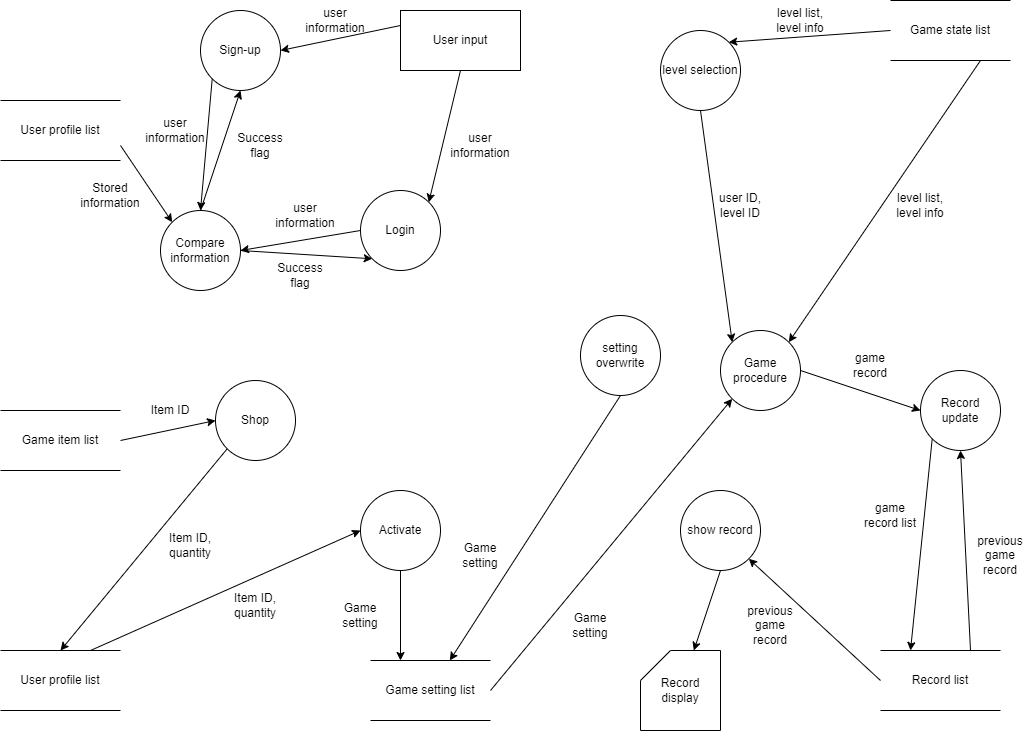
Before: Pictures/DFD/gameflow_DFD.png, a diagram exported from draw.io (Mokmokhi/Pacman). Source tidied: cells renumbered, new cells last; positions are measured from the earlier drawing's top-left corner, leaving out a move shared by most shapes.
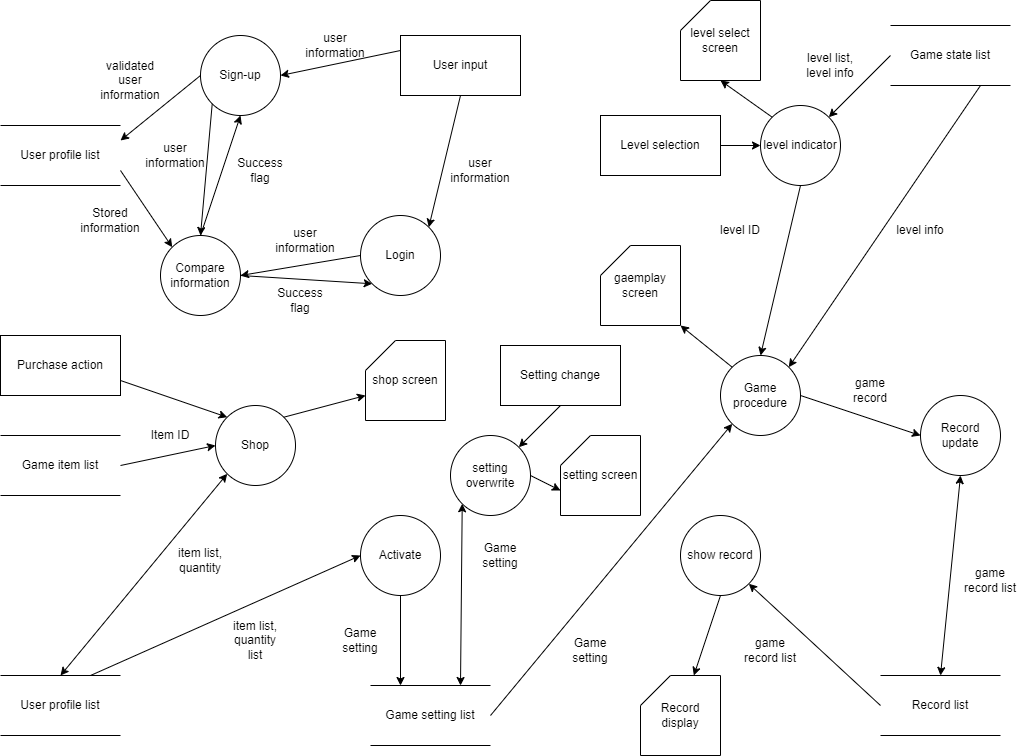
Above is the later version.

What changed in the source:
```diff
@@ -4,5 +4,5 @@
     <mxCell id="1" parent="0" />
-    <mxCell id="2" value="User profile list" style="shape=partialRectangle;whiteSpace=wrap;html=1;left=0;right=0;fillColor=none;" parent="1" vertex="1">
-      <mxGeometry y="100" width="120" height="60" as="geometry" />
-    </mxCell>
+    <mxCell id="61" value="User profile list" style="shape=partialRectangle;whiteSpace=wrap;html=1;left=0;right=0;fillColor=none;" parent="1" vertex="1">
+      <mxGeometry y="100" width="120" height="60" as="geometry" />
+    </mxCell>
     <mxCell id="3" value="User input" style="rounded=0;whiteSpace=wrap;html=1;" parent="1" vertex="1">
@@ -22,11 +22,11 @@
     </mxCell>
-    <mxCell id="8" value="user information" style="text;html=1;strokeColor=none;fillColor=none;align=center;verticalAlign=middle;whiteSpace=wrap;rounded=0;" parent="1" vertex="1">
-      <mxGeometry x="140" y="115" width="70" height="30" as="geometry" />
-    </mxCell>
-    <mxCell id="9" value="user information" style="text;html=1;strokeColor=none;fillColor=none;align=center;verticalAlign=middle;whiteSpace=wrap;rounded=0;" parent="1" vertex="1">
-      <mxGeometry x="300" y="5" width="70" height="30" as="geometry" />
-    </mxCell>
-    <mxCell id="10" value="user information" style="text;html=1;strokeColor=none;fillColor=none;align=center;verticalAlign=middle;whiteSpace=wrap;rounded=0;" parent="1" vertex="1">
-      <mxGeometry x="445" y="130" width="70" height="30" as="geometry" />
-    </mxCell>
+    <mxCell id="62" value="user information" style="text;html=1;strokeColor=none;fillColor=none;align=center;verticalAlign=middle;whiteSpace=wrap;rounded=0;" parent="1" vertex="1">
+      <mxGeometry x="140" y="115" width="70" height="30" as="geometry" />
+    </mxCell>
+    <mxCell id="63" value="user information" style="text;html=1;strokeColor=none;fillColor=none;align=center;verticalAlign=middle;whiteSpace=wrap;rounded=0;" parent="1" vertex="1">
+      <mxGeometry x="300" y="5" width="70" height="30" as="geometry" />
+    </mxCell>
+    <mxCell id="64" value="user information" style="text;html=1;strokeColor=none;fillColor=none;align=center;verticalAlign=middle;whiteSpace=wrap;rounded=0;" parent="1" vertex="1">
+      <mxGeometry x="445" y="130" width="70" height="30" as="geometry" />
+    </mxCell>
     <mxCell id="11" value="Compare information" style="ellipse;whiteSpace=wrap;html=1;" parent="1" vertex="1">
@@ -34,5 +34,5 @@
     </mxCell>
-    <mxCell id="12" style="endArrow=classic;html=1;rounded=0;entryX=0;entryY=0;entryDx=0;entryDy=0;exitX=1;exitY=0.75;exitDx=0;exitDy=0;" parent="1" edge="1" source="2" target="11">
-      <mxGeometry relative="1" as="geometry" />
-    </mxCell>
+    <mxCell id="65" style="endArrow=classic;html=1;rounded=0;entryX=0;entryY=0;entryDx=0;entryDy=0;exitX=1;exitY=0.75;exitDx=0;exitDy=0;" parent="1" edge="1" source="61" target="11">
+      <mxGeometry relative="1" as="geometry" />
+    </mxCell>
     <mxCell id="13" value="Stored information" style="text;html=1;strokeColor=none;fillColor=none;align=center;verticalAlign=middle;whiteSpace=wrap;rounded=0;" parent="1" vertex="1">
@@ -40,5 +40,5 @@
     </mxCell>
-    <mxCell id="14" value="user information" style="text;html=1;strokeColor=none;fillColor=none;align=center;verticalAlign=middle;whiteSpace=wrap;rounded=0;" parent="1" vertex="1">
-      <mxGeometry x="270" y="200" width="70" height="30" as="geometry" />
-    </mxCell>
+    <mxCell id="66" value="user information" style="text;html=1;strokeColor=none;fillColor=none;align=center;verticalAlign=middle;whiteSpace=wrap;rounded=0;" parent="1" vertex="1">
+      <mxGeometry x="270" y="200" width="70" height="30" as="geometry" />
+    </mxCell>
     <mxCell id="15" style="endArrow=classic;html=1;rounded=0;entryX=1;entryY=0.5;entryDx=0;entryDy=0;exitX=0;exitY=0.5;exitDx=0;exitDy=0;" parent="1" edge="1" source="4" target="11">
@@ -49,5 +49,5 @@
     </mxCell>
-    <mxCell id="17" value="Success flag" style="text;html=1;strokeColor=none;fillColor=none;align=center;verticalAlign=middle;whiteSpace=wrap;rounded=0;" parent="1" vertex="1">
-      <mxGeometry x="270" y="260" width="60" height="30" as="geometry" />
-    </mxCell>
+    <mxCell id="67" value="Success flag" style="text;html=1;strokeColor=none;fillColor=none;align=center;verticalAlign=middle;whiteSpace=wrap;rounded=0;" parent="1" vertex="1">
+      <mxGeometry x="270" y="260" width="60" height="30" as="geometry" />
+    </mxCell>
     <mxCell id="18" value="Game setting list" style="shape=partialRectangle;whiteSpace=wrap;html=1;left=0;right=0;fillColor=none;" parent="1" vertex="1">
@@ -56,10 +56,7 @@
     <mxCell id="19" value="setting overwrite" style="ellipse;whiteSpace=wrap;html=1;" parent="1" vertex="1">
-      <mxGeometry x="580" y="315" width="80" height="80" as="geometry" />
+      <mxGeometry x="450" y="410" width="80" height="80" as="geometry" />
     </mxCell>
-    <mxCell id="20" style="endArrow=classic;html=1;rounded=0;exitX=0.5;exitY=1;exitDx=0;exitDy=0;" parent="1" edge="1" source="19" target="18">
-      <mxGeometry relative="1" as="geometry" />
-    </mxCell>
-    <mxCell id="21" value="Game setting" style="text;html=1;strokeColor=none;fillColor=none;align=center;verticalAlign=middle;whiteSpace=wrap;rounded=0;" parent="1" vertex="1">
-      <mxGeometry x="450" y="540" width="60" height="30" as="geometry" />
-    </mxCell>
+    <mxCell id="68" value="Game setting" style="text;html=1;strokeColor=none;fillColor=none;align=center;verticalAlign=middle;whiteSpace=wrap;rounded=0;" parent="1" vertex="1">
+      <mxGeometry x="470" y="515" width="60" height="30" as="geometry" />
+    </mxCell>
     <mxCell id="22" value="Game procedure" style="ellipse;whiteSpace=wrap;html=1;" parent="1" vertex="1">
@@ -70,5 +67,5 @@
     </mxCell>
-    <mxCell id="24" value="Game setting" style="text;html=1;strokeColor=none;fillColor=none;align=center;verticalAlign=middle;whiteSpace=wrap;rounded=0;" parent="1" vertex="1">
-      <mxGeometry x="560" y="610" width="60" height="30" as="geometry" />
-    </mxCell>
+    <mxCell id="69" value="Game setting" style="text;html=1;strokeColor=none;fillColor=none;align=center;verticalAlign=middle;whiteSpace=wrap;rounded=0;" parent="1" vertex="1">
+      <mxGeometry x="560" y="610" width="60" height="30" as="geometry" />
+    </mxCell>
     <mxCell id="25" value="Shop" style="ellipse;whiteSpace=wrap;html=1;" parent="1" vertex="1">
@@ -82,8 +79,5 @@
     </mxCell>
-    <mxCell id="28" value="User profile list" style="shape=partialRectangle;whiteSpace=wrap;html=1;left=0;right=0;fillColor=none;" parent="1" vertex="1">
-      <mxGeometry y="650" width="120" height="60" as="geometry" />
-    </mxCell>
-    <mxCell id="29" style="endArrow=classic;html=1;rounded=0;exitX=0;exitY=1;exitDx=0;exitDy=0;entryX=0.5;entryY=0;entryDx=0;entryDy=0;" parent="1" edge="1" source="25" target="28">
-      <mxGeometry relative="1" as="geometry" />
-    </mxCell>
+    <mxCell id="70" value="User profile list" style="shape=partialRectangle;whiteSpace=wrap;html=1;left=0;right=0;fillColor=none;" parent="1" vertex="1">
+      <mxGeometry y="650" width="120" height="60" as="geometry" />
+    </mxCell>
     <mxCell id="30" value="Item ID" style="text;html=1;strokeColor=none;fillColor=none;align=center;verticalAlign=middle;whiteSpace=wrap;rounded=0;" parent="1" vertex="1">
@@ -91,11 +85,11 @@
     </mxCell>
-    <mxCell id="31" value="Item ID, quantity" style="text;html=1;strokeColor=none;fillColor=none;align=center;verticalAlign=middle;whiteSpace=wrap;rounded=0;" parent="1" vertex="1">
-      <mxGeometry x="160" y="530" width="60" height="30" as="geometry" />
-    </mxCell>
-    <mxCell id="32" style="endArrow=classic;html=1;rounded=0;entryX=0;entryY=0.5;entryDx=0;entryDy=0;exitX=0.75;exitY=0;exitDx=0;exitDy=0;" parent="1" edge="1" source="28" target="34">
-      <mxGeometry relative="1" as="geometry" />
-    </mxCell>
-    <mxCell id="33" value="Item ID, quantity" style="text;html=1;strokeColor=none;fillColor=none;align=center;verticalAlign=middle;whiteSpace=wrap;rounded=0;" parent="1" vertex="1">
-      <mxGeometry x="225" y="590" width="60" height="30" as="geometry" />
-    </mxCell>
+    <mxCell id="71" value="item list, quantity" style="text;html=1;strokeColor=none;fillColor=none;align=center;verticalAlign=middle;whiteSpace=wrap;rounded=0;" parent="1" vertex="1">
+      <mxGeometry x="170" y="520" width="60" height="30" as="geometry" />
+    </mxCell>
+    <mxCell id="72" style="endArrow=classic;html=1;rounded=0;entryX=0;entryY=0.5;entryDx=0;entryDy=0;exitX=0.75;exitY=0;exitDx=0;exitDy=0;" parent="1" edge="1" source="70" target="34">
+      <mxGeometry relative="1" as="geometry" />
+    </mxCell>
+    <mxCell id="73" value="item list, quantity list" style="text;html=1;strokeColor=none;fillColor=none;align=center;verticalAlign=middle;whiteSpace=wrap;rounded=0;" parent="1" vertex="1">
+      <mxGeometry x="225" y="600" width="60" height="30" as="geometry" />
+    </mxCell>
     <mxCell id="34" value="Activate" style="ellipse;whiteSpace=wrap;html=1;" parent="1" vertex="1">
@@ -118,14 +112,5 @@
     </mxCell>
-    <mxCell id="40" style="endArrow=classic;html=1;rounded=0;entryX=0.5;entryY=1;entryDx=0;entryDy=0;exitX=0.75;exitY=0;exitDx=0;exitDy=0;" parent="1" edge="1" source="36" target="38">
-      <mxGeometry relative="1" as="geometry" />
-    </mxCell>
-    <mxCell id="41" value="previous game record" style="text;html=1;strokeColor=none;fillColor=none;align=center;verticalAlign=middle;whiteSpace=wrap;rounded=0;" parent="1" vertex="1">
-      <mxGeometry x="970" y="540" width="60" height="30" as="geometry" />
-    </mxCell>
-    <mxCell id="42" style="endArrow=classic;html=1;rounded=0;entryX=0.25;entryY=0;entryDx=0;entryDy=0;exitX=0;exitY=1;exitDx=0;exitDy=0;" parent="1" edge="1" source="38" target="36">
-      <mxGeometry relative="1" as="geometry" />
-    </mxCell>
-    <mxCell id="43" value="game record list" style="text;html=1;strokeColor=none;fillColor=none;align=center;verticalAlign=middle;whiteSpace=wrap;rounded=0;" parent="1" vertex="1">
-      <mxGeometry x="860" y="500" width="60" height="30" as="geometry" />
-    </mxCell>
+    <mxCell id="74" value="game record list" style="text;html=1;strokeColor=none;fillColor=none;align=center;verticalAlign=middle;whiteSpace=wrap;rounded=0;" parent="1" vertex="1">
+      <mxGeometry x="960" y="540" width="60" height="30" as="geometry" />
+    </mxCell>
     <mxCell id="44" value="show record" style="ellipse;whiteSpace=wrap;html=1;" parent="1" vertex="1">
@@ -136,5 +121,5 @@
     </mxCell>
-    <mxCell id="46" value="previous game record" style="text;html=1;strokeColor=none;fillColor=none;align=center;verticalAlign=middle;whiteSpace=wrap;rounded=0;" parent="1" vertex="1">
-      <mxGeometry x="740" y="610" width="60" height="30" as="geometry" />
-    </mxCell>
+    <mxCell id="75" value="game record list" style="text;html=1;strokeColor=none;fillColor=none;align=center;verticalAlign=middle;whiteSpace=wrap;rounded=0;" parent="1" vertex="1">
+      <mxGeometry x="740" y="610" width="60" height="30" as="geometry" />
+    </mxCell>
     <mxCell id="47" style="endArrow=classic;html=1;rounded=0;exitX=0.5;exitY=1;exitDx=0;exitDy=0;" parent="1" edge="1" source="44" target="48">
@@ -145,8 +130,8 @@
     </mxCell>
-    <mxCell id="49" value="level selection" style="ellipse;whiteSpace=wrap;html=1;" parent="1" vertex="1">
-      <mxGeometry x="660" y="30" width="80" height="80" as="geometry" />
-    </mxCell>
-    <mxCell id="50" style="endArrow=classic;html=1;rounded=0;entryX=0;entryY=0;entryDx=0;entryDy=0;exitX=0.5;exitY=1;exitDx=0;exitDy=0;" parent="1" edge="1" source="49" target="22">
-      <mxGeometry relative="1" as="geometry" />
-    </mxCell>
+    <mxCell id="76" value="level indicator" style="ellipse;whiteSpace=wrap;html=1;" parent="1" vertex="1">
+      <mxGeometry x="760" y="80" width="80" height="80" as="geometry" />
+    </mxCell>
+    <mxCell id="77" style="endArrow=classic;html=1;rounded=0;entryX=0.5;entryY=0;entryDx=0;entryDy=0;exitX=0.5;exitY=1;exitDx=0;exitDy=0;" parent="1" edge="1" source="76" target="22">
+      <mxGeometry relative="1" as="geometry" />
+    </mxCell>
     <mxCell id="51" value="Game state list" style="shape=partialRectangle;whiteSpace=wrap;html=1;left=0;right=0;fillColor=none;" parent="1" vertex="1">
@@ -154,5 +139,5 @@
     </mxCell>
-    <mxCell id="52" style="endArrow=classic;html=1;rounded=0;exitX=0;exitY=0.5;exitDx=0;exitDy=0;entryX=1;entryY=0;entryDx=0;entryDy=0;" parent="1" edge="1" source="51" target="49">
-      <mxGeometry relative="1" as="geometry" />
-    </mxCell>
+    <mxCell id="78" style="endArrow=classic;html=1;rounded=0;exitX=0;exitY=0.5;exitDx=0;exitDy=0;entryX=1;entryY=0;entryDx=0;entryDy=0;" parent="1" edge="1" source="51" target="76">
+      <mxGeometry relative="1" as="geometry" />
+    </mxCell>
     <mxCell id="53" style="endArrow=classic;html=1;rounded=0;entryX=1;entryY=0;entryDx=0;entryDy=0;exitX=0.75;exitY=1;exitDx=0;exitDy=0;" parent="1" edge="1" source="51" target="22">
@@ -160,14 +145,14 @@
     </mxCell>
-    <mxCell id="54" value="level list, level info" style="text;html=1;strokeColor=none;fillColor=none;align=center;verticalAlign=middle;whiteSpace=wrap;rounded=0;" parent="1" vertex="1">
-      <mxGeometry x="770" y="5" width="60" height="30" as="geometry" />
-    </mxCell>
-    <mxCell id="55" value="user ID, level ID" style="text;html=1;strokeColor=none;fillColor=none;align=center;verticalAlign=middle;whiteSpace=wrap;rounded=0;" parent="1" vertex="1">
-      <mxGeometry x="710" y="190" width="60" height="30" as="geometry" />
-    </mxCell>
-    <mxCell id="56" value="level list, level info" style="text;html=1;strokeColor=none;fillColor=none;align=center;verticalAlign=middle;whiteSpace=wrap;rounded=0;" parent="1" vertex="1">
-      <mxGeometry x="890" y="190" width="60" height="30" as="geometry" />
-    </mxCell>
-    <mxCell id="57" value="Game setting" style="text;html=1;strokeColor=none;fillColor=none;align=center;verticalAlign=middle;whiteSpace=wrap;rounded=0;" parent="1" vertex="1">
-      <mxGeometry x="330" y="600" width="60" height="30" as="geometry" />
-    </mxCell>
+    <mxCell id="79" value="level list, level info" style="text;html=1;strokeColor=none;fillColor=none;align=center;verticalAlign=middle;whiteSpace=wrap;rounded=0;" parent="1" vertex="1">
+      <mxGeometry x="800" y="25" width="60" height="30" as="geometry" />
+    </mxCell>
+    <mxCell id="80" value="level ID" style="text;html=1;strokeColor=none;fillColor=none;align=center;verticalAlign=middle;whiteSpace=wrap;rounded=0;" parent="1" vertex="1">
+      <mxGeometry x="710" y="190" width="60" height="30" as="geometry" />
+    </mxCell>
+    <mxCell id="81" value="level info" style="text;html=1;strokeColor=none;fillColor=none;align=center;verticalAlign=middle;whiteSpace=wrap;rounded=0;" parent="1" vertex="1">
+      <mxGeometry x="890" y="190" width="60" height="30" as="geometry" />
+    </mxCell>
+    <mxCell id="82" value="Game setting" style="text;html=1;strokeColor=none;fillColor=none;align=center;verticalAlign=middle;whiteSpace=wrap;rounded=0;" parent="1" vertex="1">
+      <mxGeometry x="330" y="600" width="60" height="30" as="geometry" />
+    </mxCell>
     <mxCell id="58" style="endArrow=classic;html=1;rounded=0;entryX=0.5;entryY=0;entryDx=0;entryDy=0;exitX=0;exitY=1;exitDx=0;exitDy=0;" parent="1" edge="1" source="6" target="11">
@@ -178,5 +163,62 @@
     </mxCell>
-    <mxCell id="60" value="Success flag" style="text;html=1;strokeColor=none;fillColor=none;align=center;verticalAlign=middle;whiteSpace=wrap;rounded=0;" parent="1" vertex="1">
-      <mxGeometry x="230" y="130" width="60" height="30" as="geometry" />
-    </mxCell>
+    <mxCell id="83" value="Success flag" style="text;html=1;strokeColor=none;fillColor=none;align=center;verticalAlign=middle;whiteSpace=wrap;rounded=0;" parent="1" vertex="1">
+      <mxGeometry x="230" y="130" width="60" height="30" as="geometry" />
+    </mxCell>
+    <mxCell id="84" style="endArrow=classic;html=1;rounded=0;entryX=1;entryY=0.25;entryDx=0;entryDy=0;exitX=0;exitY=0.5;exitDx=0;exitDy=0;" parent="1" edge="1" source="6" target="61">
+      <mxGeometry relative="1" as="geometry" />
+    </mxCell>
+    <mxCell id="85" value="validated user information" style="text;html=1;strokeColor=none;fillColor=none;align=center;verticalAlign=middle;whiteSpace=wrap;rounded=0;" parent="1" vertex="1">
+      <mxGeometry x="100" y="40" width="60" height="30" as="geometry" />
+    </mxCell>
+    <mxCell id="86" style="endArrow=classic;startArrow=classic;html=1;rounded=0;entryX=0;entryY=1;entryDx=0;entryDy=0;exitX=0.75;exitY=0;exitDx=0;exitDy=0;" parent="1" edge="1" source="18" target="19">
+      <mxGeometry relative="1" as="geometry" />
+    </mxCell>
+    <mxCell id="40" style="endArrow=classic;startArrow=classic;html=1;rounded=0;entryX=0.5;entryY=1;entryDx=0;entryDy=0;exitX=0.5;exitY=0;exitDx=0;exitDy=0;" parent="1" edge="1" source="36" target="38">
+      <mxGeometry relative="1" as="geometry" />
+    </mxCell>
+    <mxCell id="87" value="shop screen" style="shape=card;whiteSpace=wrap;html=1;" parent="1" vertex="1">
+      <mxGeometry x="365" y="315" width="80" height="80" as="geometry" />
+    </mxCell>
+    <mxCell id="88" style="endArrow=classic;html=1;rounded=0;entryX=0;entryY=0;entryDx=0;entryDy=55;entryPerimeter=0;exitX=1;exitY=0;exitDx=0;exitDy=0;" parent="1" edge="1" source="25" target="87">
+      <mxGeometry relative="1" as="geometry" />
+    </mxCell>
+    <mxCell id="89" value="level select screen" style="shape=card;whiteSpace=wrap;html=1;" parent="1" vertex="1">
+      <mxGeometry x="680" y="-25" width="80" height="80" as="geometry" />
+    </mxCell>
+    <mxCell id="90" style="endArrow=classic;html=1;rounded=0;entryX=0.5;entryY=1;entryDx=0;entryDy=0;entryPerimeter=0;exitX=0;exitY=0;exitDx=0;exitDy=0;" parent="1" edge="1" source="76" target="89">
+      <mxGeometry relative="1" as="geometry" />
+    </mxCell>
+    <mxCell id="91" value="Purchase action" style="rounded=0;whiteSpace=wrap;html=1;" parent="1" vertex="1">
+      <mxGeometry y="310" width="120" height="60" as="geometry" />
+    </mxCell>
+    <mxCell id="92" style="endArrow=classic;html=1;rounded=0;entryX=0;entryY=0;entryDx=0;entryDy=0;exitX=1;exitY=0.75;exitDx=0;exitDy=0;" parent="1" edge="1" source="91" target="25">
+      <mxGeometry relative="1" as="geometry" />
+    </mxCell>
+    <mxCell id="93" style="endArrow=classic;startArrow=classic;html=1;rounded=0;entryX=0;entryY=1;entryDx=0;entryDy=0;exitX=0.5;exitY=0;exitDx=0;exitDy=0;" parent="1" edge="1" source="70" target="25">
+      <mxGeometry relative="1" as="geometry" />
+    </mxCell>
+    <mxCell id="94" value="setting screen" style="shape=card;whiteSpace=wrap;html=1;" parent="1" vertex="1">
+      <mxGeometry x="560" y="410" width="80" height="80" as="geometry" />
+    </mxCell>
+    <mxCell id="95" style="endArrow=classic;html=1;rounded=0;entryX=0;entryY=0;entryDx=0;entryDy=55;entryPerimeter=0;exitX=1;exitY=0.5;exitDx=0;exitDy=0;" parent="1" edge="1" source="19" target="94">
+      <mxGeometry relative="1" as="geometry" />
+    </mxCell>
+    <mxCell id="96" value="Setting change" style="rounded=0;whiteSpace=wrap;html=1;" parent="1" vertex="1">
+      <mxGeometry x="500" y="320" width="120" height="60" as="geometry" />
+    </mxCell>
+    <mxCell id="97" style="endArrow=classic;html=1;rounded=0;entryX=1;entryY=0;entryDx=0;entryDy=0;exitX=0.5;exitY=1;exitDx=0;exitDy=0;" parent="1" edge="1" source="96" target="19">
+      <mxGeometry relative="1" as="geometry" />
+    </mxCell>
+    <mxCell id="98" value="Level selection" style="rounded=0;whiteSpace=wrap;html=1;" parent="1" vertex="1">
+      <mxGeometry x="600" y="90" width="120" height="60" as="geometry" />
+    </mxCell>
+    <mxCell id="99" style="endArrow=classic;html=1;rounded=0;entryX=0;entryY=0.5;entryDx=0;entryDy=0;exitX=1;exitY=0.5;exitDx=0;exitDy=0;" parent="1" edge="1" source="98" target="76">
+      <mxGeometry relative="1" as="geometry" />
+    </mxCell>
+    <mxCell id="100" value="gaemplay screen" style="shape=card;whiteSpace=wrap;html=1;" parent="1" vertex="1">
+      <mxGeometry x="600" y="220" width="80" height="80" as="geometry" />
+    </mxCell>
+    <mxCell id="101" style="endArrow=classic;html=1;rounded=0;entryX=1;entryY=1;entryDx=0;entryDy=0;entryPerimeter=0;exitX=0;exitY=0;exitDx=0;exitDy=0;" parent="1" edge="1" source="22" target="100">
+      <mxGeometry relative="1" as="geometry" />
+    </mxCell>
   </root>
```
